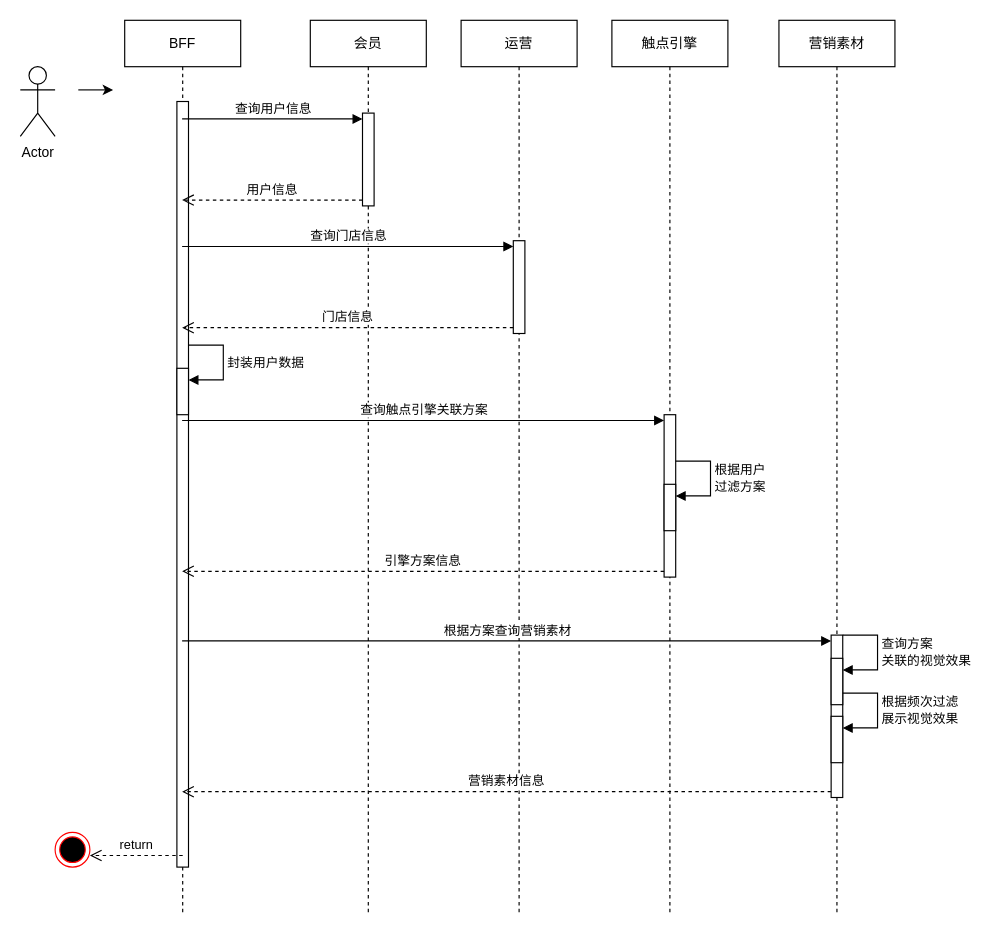
y13513867074/draw keeps this draw.io diagram as 触点系统/触点视觉方案.drawio. Above is the earlier version. Source tidied: cells renumbered, new cells numbered last; positions are measured from the earlier drawing's top-left corner, leaving out a move shared by most shapes. Both pictures are drawn from the tidied source at 116%, with x=0, y=0 at pixel (20, 20).
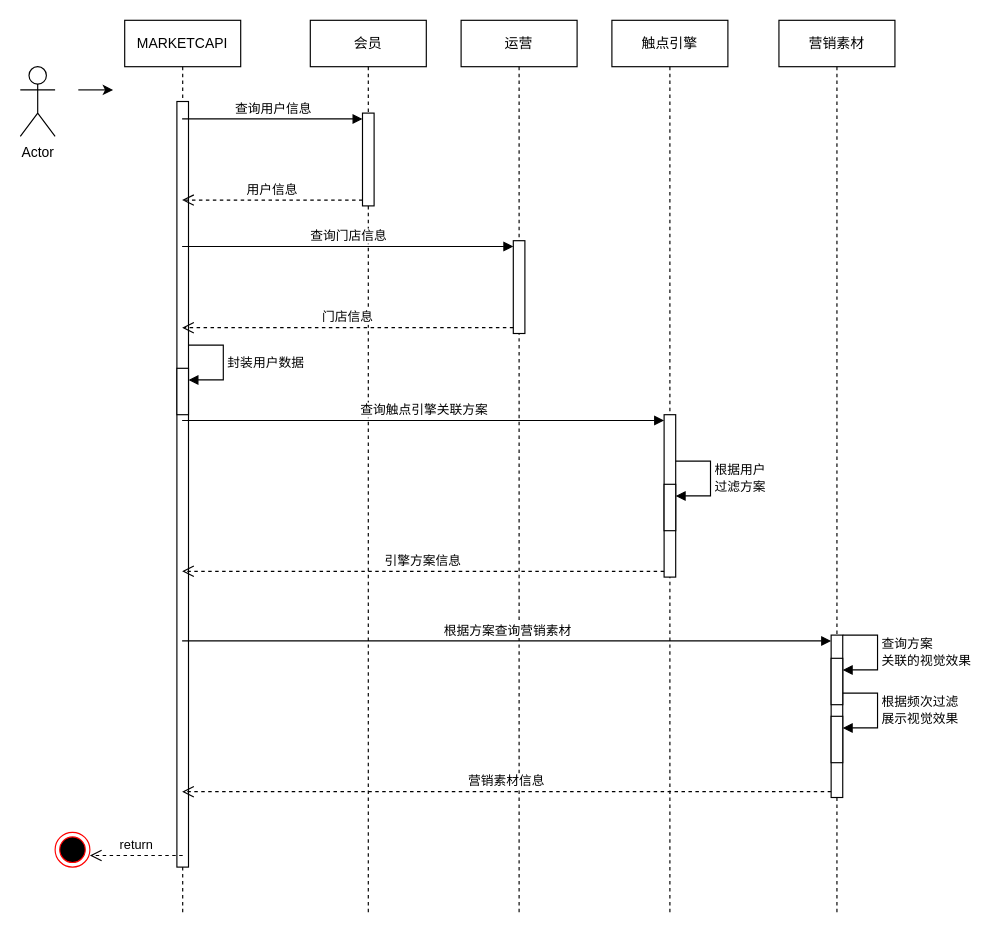
Above is the later version.

Commit message:
更新触点视觉方案.drawio

The edit, as a diff of the source:
```diff
@@
-    <mxCell id="2" value="BFF" style="shape=umlLifeline;perimeter=lifelinePerimeter;whiteSpace=wrap;html=1;outlineConnect=0;portConstraint=eastwest;newEdgeStyle={&quot;curved&quot;:0,&quot;rounded&quot;:0};" parent="1" vertex="1">
+    <mxCell id="2" value="MARKETCAPI" style="shape=umlLifeline;perimeter=lifelinePerimeter;whiteSpace=wrap;html=1;outlineConnect=0;portConstraint=eastwest;newEdgeStyle={&quot;curved&quot;:0,&quot;rounded&quot;:0};" parent="1" vertex="1">
       <mxGeometry x="90" width="100" height="770" as="geometry" />
     </mxCell>
```
